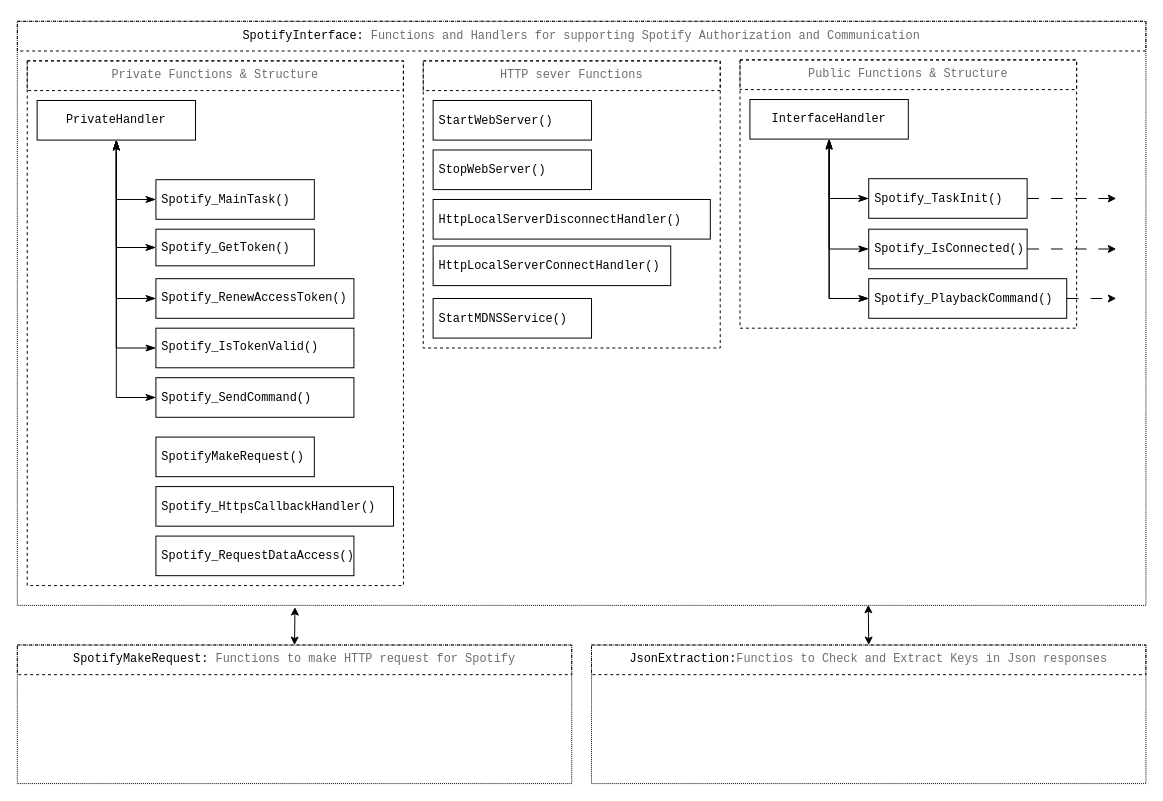
Above: components/SpotifyInterface/SpotifyInterface structure.drawio in Behn4m/simple_server_Spotify (draw.io), before the change. Source tidied: cells renumbered, new cells numbered last; positions are measured from the earlier drawing's top-left corner, leaving out a move shared by most shapes. Both pictures are drawn from the tidied source at 99%, with x=0, y=0 at pixel (17, 21).
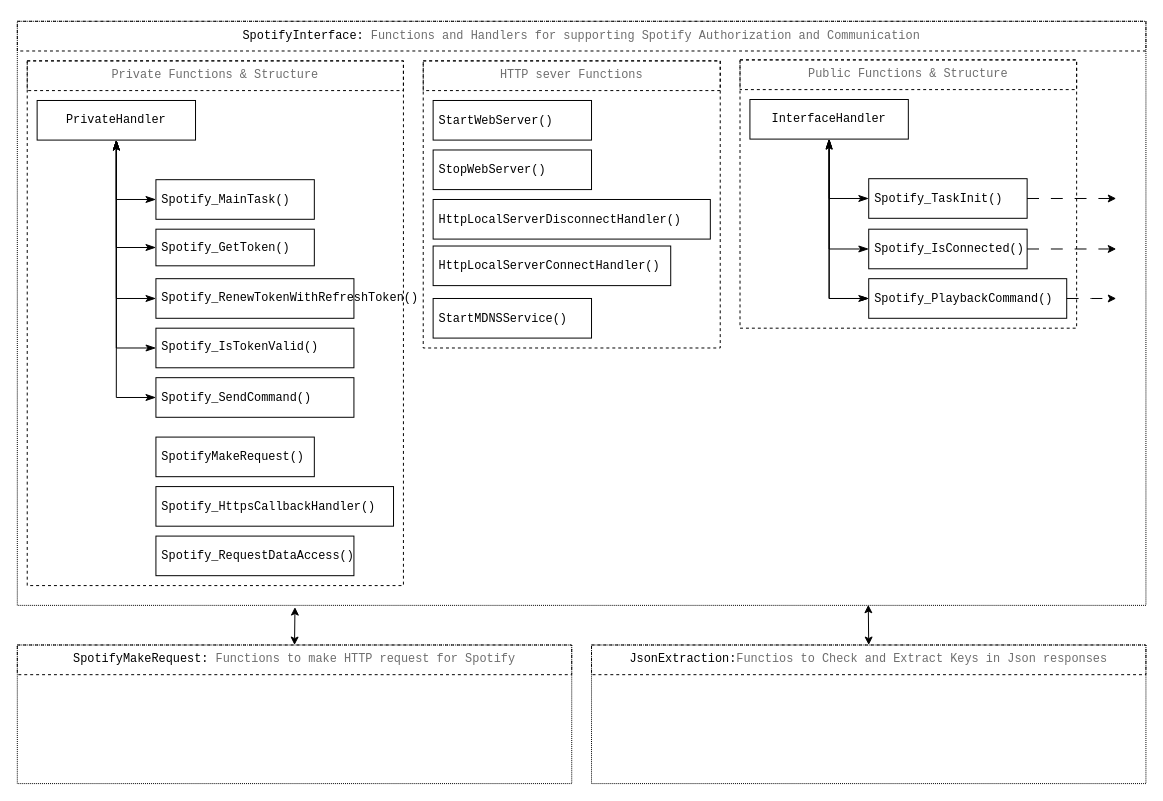
The same diagram, later.

The edit, as a diff of the source:
```diff
@@
-    <mxCell id="11" value="&lt;div&gt;&lt;div style=&quot;color: rgb(204, 204, 204); font-family: &amp;quot;Droid Sans Mono&amp;quot;, &amp;quot;monospace&amp;quot;, monospace; font-weight: normal; line-height: 19px;&quot;&gt;&lt;div&gt;&lt;pre&gt;&lt;font color=&quot;#000000&quot;&gt;Spotify_RenewAccessToken&lt;/font&gt;&lt;font style=&quot;font-size: 12px;&quot; color=&quot;#000000&quot;&gt;()&lt;/font&gt;&lt;/pre&gt;&lt;/div&gt;&lt;/div&gt;&lt;/div&gt;" style="rounded=0;whiteSpace=wrap;html=1;labelBackgroundColor=none;spacingLeft=4;align=left;fillColor=none;" parent="1" vertex="1">
+    <mxCell id="11" value="&lt;div&gt;&lt;div style=&quot;color: rgb(204, 204, 204); font-family: &amp;quot;Droid Sans Mono&amp;quot;, &amp;quot;monospace&amp;quot;, monospace; font-weight: normal; line-height: 19px;&quot;&gt;&lt;div&gt;&lt;pre&gt;&lt;font color=&quot;#000000&quot;&gt;Spotify_RenewTokenWithRefreshToken&lt;/font&gt;&lt;font style=&quot;font-size: 12px;&quot; color=&quot;#000000&quot;&gt;()&lt;/font&gt;&lt;/pre&gt;&lt;/div&gt;&lt;/div&gt;&lt;/div&gt;" style="rounded=0;whiteSpace=wrap;html=1;labelBackgroundColor=none;spacingLeft=4;align=left;fillColor=none;" parent="1" vertex="1">
       <mxGeometry x="140" y="260" width="200" height="40" as="geometry" />
     </mxCell>
```
